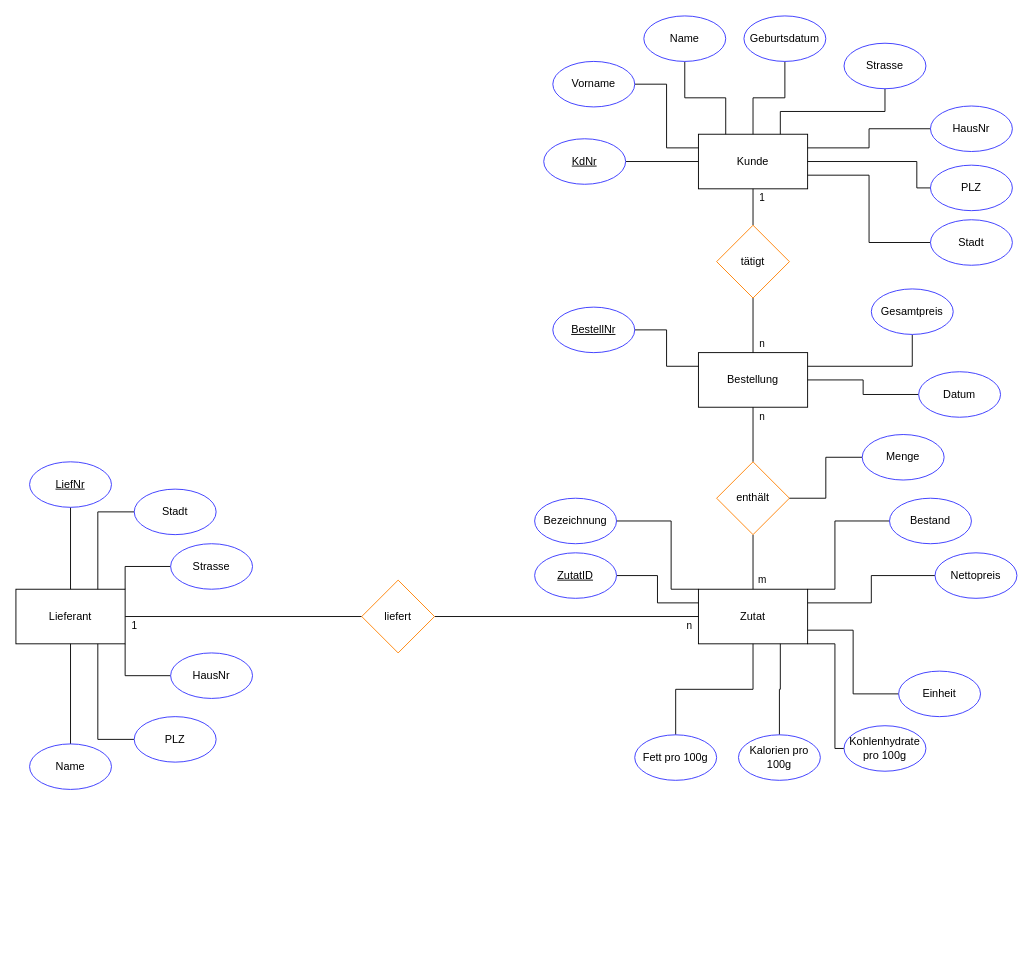
This is ERD-IST-Zustand.drawio from panchord/Draw.io, a draw.io file, before an edit. Source tidied: cells renumbered, new cells numbered last; positions are measured from the earlier drawing's top-left corner, leaving out a move shared by most shapes. Both pictures are drawn from the tidied source at 91%, with x=0, y=0 at pixel (15, 15).
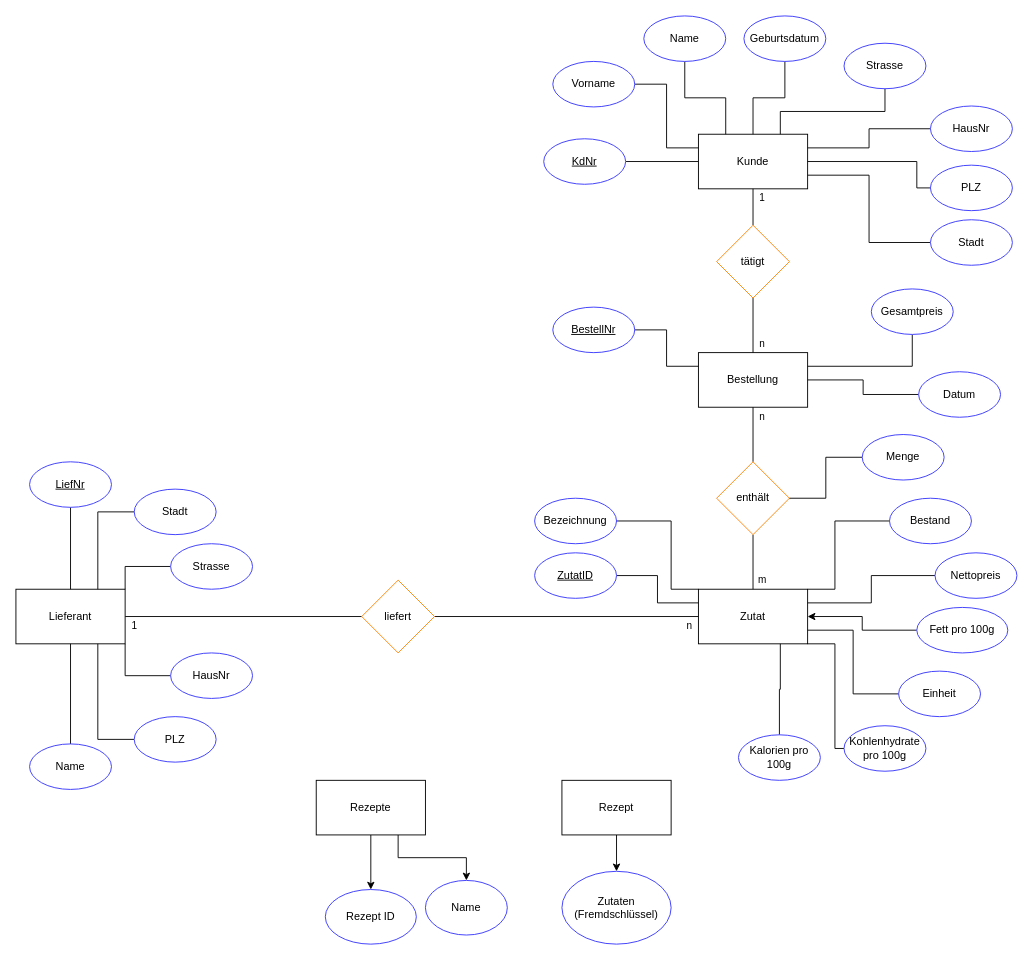
Above is the later version.

Unchanged cells that the change refers to:
```xml
<mxCell id="29" value="Zutat" style="rounded=0;whiteSpace=wrap;html=1;" parent="1" vertex="1">
  <mxGeometry x="750" y="630" width="120" height="60" as="geometry" />
</mxCell>
```

Change to the diagram source:
```diff
@@
-    <mxCell id="50" style="edgeStyle=orthogonalEdgeStyle;rounded=0;jettySize=auto;html=1;exitX=0.5;exitY=0;exitDx=0;exitDy=0;entryX=0.5;entryY=1;entryDx=0;entryDy=0;endArrow=none;endFill=0;" parent="1" edge="1" source="51" target="29">
+    <mxCell id="50" style="edgeStyle=orthogonalEdgeStyle;rounded=0;jettySize=auto;html=1;exitX=0;exitY=0.5;exitDx=0;exitDy=0;entryX=1;entryY=0.5;entryDx=0;entryDy=0;" parent="1" edge="1" source="51" target="29">
       <mxGeometry relative="1" as="geometry" />
     </mxCell>
     <mxCell id="51" value="Fett pro 100g" style="ellipse;whiteSpace=wrap;html=1;strokeColor=#3333FF;" parent="1" vertex="1">
-      <mxGeometry x="680" y="790" width="90" height="50" as="geometry" />
+      <mxGeometry x="990" y="650" width="100" height="50" as="geometry" />
     </mxCell>
@@
+    <mxCell id="68" style="edgeStyle=orthogonalEdgeStyle;rounded=0;jettySize=auto;html=1;exitX=0.5;exitY=1;exitDx=0;exitDy=0;entryX=0.5;entryY=0;entryDx=0;entryDy=0;" parent="1" edge="1" source="70" target="71">
+      <mxGeometry relative="1" as="geometry" />
+    </mxCell>
+    <mxCell id="69" style="edgeStyle=orthogonalEdgeStyle;rounded=0;jettySize=auto;html=1;exitX=0.75;exitY=1;exitDx=0;exitDy=0;entryX=0.5;entryY=0;entryDx=0;entryDy=0;" parent="1" edge="1" source="70" target="72">
+      <mxGeometry relative="1" as="geometry" />
+    </mxCell>
+    <mxCell id="70" value="Rezepte" style="rounded=0;whiteSpace=wrap;html=1;" parent="1" vertex="1">
+      <mxGeometry x="330" y="840" width="120" height="60" as="geometry" />
+    </mxCell>
+    <mxCell id="71" value="Rezept ID" style="ellipse;whiteSpace=wrap;html=1;fillColor=none;strokeColor=#3333ff;" parent="1" vertex="1">
+      <mxGeometry x="340" y="960" width="100" height="60" as="geometry" />
+    </mxCell>
+    <mxCell id="72" value="Name" style="ellipse;whiteSpace=wrap;html=1;fillColor=none;strokeColor=#3333FF;" parent="1" vertex="1">
+      <mxGeometry x="450" y="950" width="90" height="60" as="geometry" />
+    </mxCell>
+    <mxCell id="73" style="edgeStyle=orthogonalEdgeStyle;rounded=0;jettySize=auto;html=1;exitX=0.5;exitY=1;exitDx=0;exitDy=0;entryX=0.5;entryY=0;entryDx=0;entryDy=0;" parent="1" edge="1" source="74" target="75">
+      <mxGeometry relative="1" as="geometry" />
+    </mxCell>
+    <mxCell id="74" value="Rezept" style="rounded=0;whiteSpace=wrap;html=1;" parent="1" vertex="1">
+      <mxGeometry x="600" y="840" width="120" height="60" as="geometry" />
+    </mxCell>
+    <mxCell id="75" value="Zutaten (Fremdschlüssel)" style="ellipse;whiteSpace=wrap;html=1;strokeColor=#3333FF;" parent="1" vertex="1">
+      <mxGeometry x="600" y="940" width="120" height="80" as="geometry" />
+    </mxCell>
```
